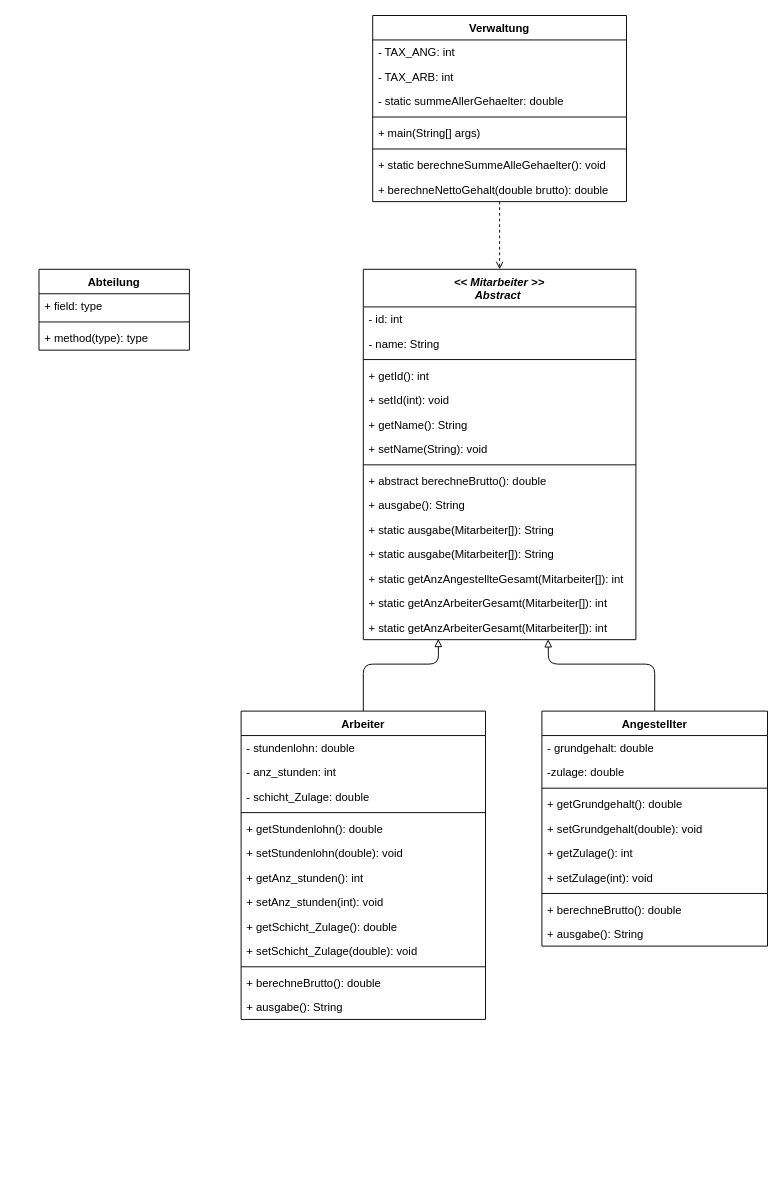
mbalabanov/ClassDiagramFirmaV3 keeps this draw.io diagram as FirmaV3_ClassDiagram.drawio. Above is the earlier version. Source tidied: cells renumbered, new cells numbered last; positions are measured from the earlier drawing's top-left corner, leaving out a move shared by most shapes. Both pictures are drawn from the tidied source at 94%, with x=0, y=0 at pixel (39, 15).
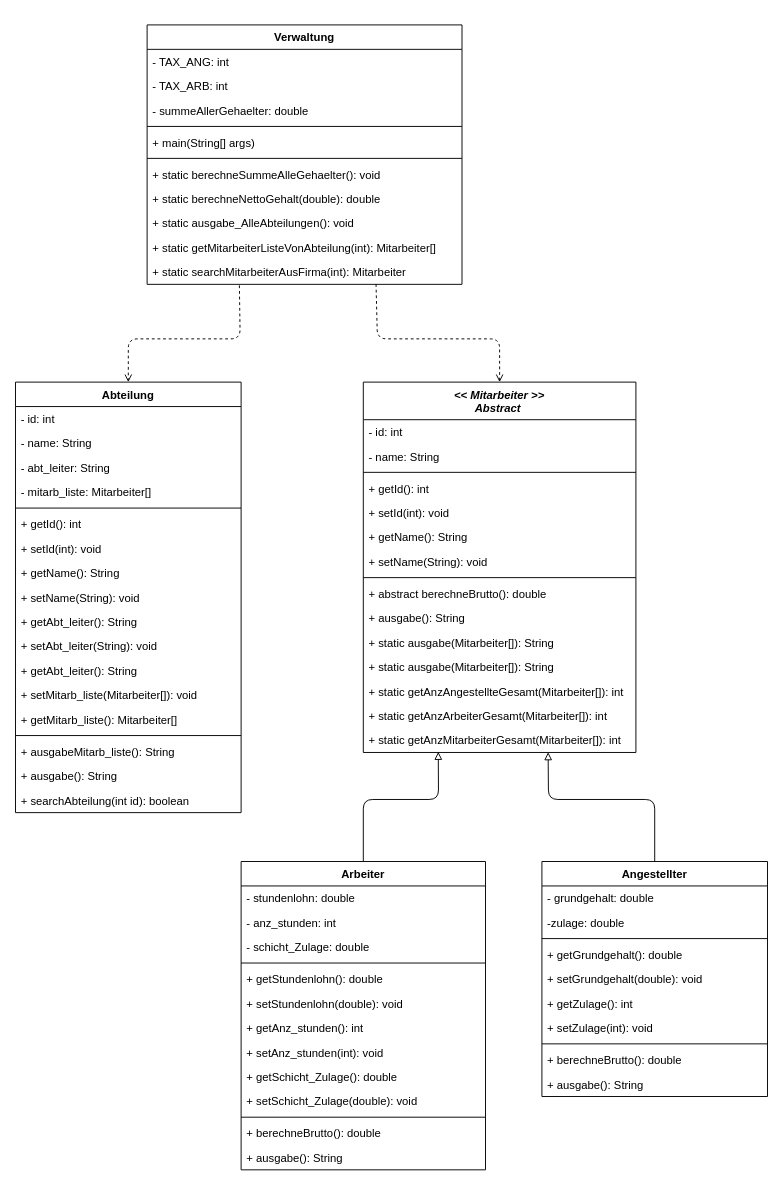
The same page after the edit.

Commit message (it also covers changes not shown here):
Corrects diagram and adds PNG export

What changed in the source:
```diff
@@
     <mxCell id="2" value="&lt;&lt; Mitarbeiter &gt;&gt;&#10;Abstract " style="swimlane;fontStyle=3;align=center;verticalAlign=top;horizontal=1;startSize=40;" parent="1" vertex="1">
-      <mxGeometry x="345" y="270" width="290" height="394" as="geometry" />
+      <mxGeometry x="345" y="390" width="290" height="394" as="geometry" />
     </mxCell>
@@
-    <mxCell id="17" value="+ static getAnzArbeiterGesamt(Mitarbeiter[]): int" style="text;strokeColor=none;fillColor=none;align=left;verticalAlign=top;spacingLeft=4;spacingRight=4;overflow=hidden;points=[[0,0.5],[1,0.5]];portConstraint=eastwest;" parent="2" vertex="1">
+    <mxCell id="17" value="+ static getAnzMitarbeiterGesamt(Mitarbeiter[]): int" style="text;strokeColor=none;fillColor=none;align=left;verticalAlign=top;spacingLeft=4;spacingRight=4;overflow=hidden;points=[[0,0.5],[1,0.5]];portConstraint=eastwest;" parent="2" vertex="1">
       <mxGeometry y="368" width="290" height="26" as="geometry" />
     </mxCell>
     <mxCell id="18" style="edgeStyle=none;html=1;entryX=0.275;entryY=0.973;entryDx=0;entryDy=0;entryPerimeter=0;endArrow=block;endFill=0;" parent="1" edge="1" source="19" target="17">
       <mxGeometry relative="1" as="geometry">
         <Array as="points">
-          <mxPoint x="345" y="690" />
-          <mxPoint x="425" y="690" />
+          <mxPoint x="345" y="834" />
+          <mxPoint x="425" y="834" />
         </Array>
       </mxGeometry>
     </mxCell>
     <mxCell id="19" value="Arbeiter" style="swimlane;fontStyle=1;align=center;verticalAlign=top;horizontal=1;startSize=26;" parent="1" vertex="1">
-      <mxGeometry x="215" y="740" width="260" height="328" as="geometry" />
+      <mxGeometry x="215" y="900" width="260" height="328" as="geometry" />
     </mxCell>
@@
     <mxCell id="33" style="edgeStyle=none;html=1;entryX=0.678;entryY=0.989;entryDx=0;entryDy=0;entryPerimeter=0;endArrow=block;endFill=0;" parent="1" edge="1" source="34" target="17">
       <mxGeometry relative="1" as="geometry">
         <Array as="points">
-          <mxPoint x="655" y="690" />
-          <mxPoint x="542" y="690" />
+          <mxPoint x="655" y="834" />
+          <mxPoint x="542" y="834" />
         </Array>
       </mxGeometry>
     </mxCell>
     <mxCell id="34" value="Angestellter" style="swimlane;fontStyle=1;align=center;verticalAlign=top;horizontal=1;startSize=26;" parent="1" vertex="1">
-      <mxGeometry x="535" y="740" width="240" height="250" as="geometry" />
+      <mxGeometry x="535" y="900" width="240" height="250" as="geometry" />
     </mxCell>
@@
-    <mxCell id="45" style="edgeStyle=none;html=1;entryX=0.5;entryY=0;entryDx=0;entryDy=0;endArrow=open;endFill=0;dashed=1;" parent="1" edge="1" source="46" target="2">
-      <mxGeometry relative="1" as="geometry" />
+    <mxCell id="45" style="edgeStyle=none;html=1;entryX=0.5;entryY=0;entryDx=0;entryDy=0;endArrow=open;endFill=0;dashed=1;exitX=0.727;exitY=0.99;exitDx=0;exitDy=0;exitPerimeter=0;" parent="1" edge="1" source="62" target="2">
+      <mxGeometry relative="1" as="geometry">
+        <Array as="points">
+          <mxPoint x="360" y="344" />
+          <mxPoint x="490" y="344" />
+        </Array>
+      </mxGeometry>
     </mxCell>
+    <mxCell id="59" style="edgeStyle=none;html=1;entryX=0.5;entryY=0;entryDx=0;entryDy=0;exitX=0.293;exitY=1.04;exitDx=0;exitDy=0;exitPerimeter=0;endArrow=open;endFill=0;dashed=1;" parent="1" edge="1" source="62" target="55">
+      <mxGeometry relative="1" as="geometry">
+        <Array as="points">
+          <mxPoint x="214" y="344" />
+          <mxPoint x="95" y="344" />
+        </Array>
+      </mxGeometry>
+    </mxCell>
     <mxCell id="46" value="Verwaltung" style="swimlane;fontStyle=1;align=center;verticalAlign=top;horizontal=1;startSize=26;" parent="1" vertex="1">
-      <mxGeometry x="355" width="270" height="198" as="geometry" />
+      <mxGeometry x="115" y="10" width="335" height="276" as="geometry" />
     </mxCell>
     <mxCell id="47" value="- TAX_ANG: int" style="text;strokeColor=none;fillColor=none;align=left;verticalAlign=top;spacingLeft=4;spacingRight=4;overflow=hidden;" parent="46" vertex="1">
-      <mxGeometry y="26" width="270" height="26" as="geometry" />
+      <mxGeometry y="26" width="335" height="26" as="geometry" />
     </mxCell>
     <mxCell id="48" value="- TAX_ARB: int" style="text;strokeColor=none;fillColor=none;align=left;verticalAlign=top;spacingLeft=4;spacingRight=4;overflow=hidden;" parent="46" vertex="1">
-      <mxGeometry y="52" width="270" height="26" as="geometry" />
+      <mxGeometry y="52" width="335" height="26" as="geometry" />
     </mxCell>
-    <mxCell id="49" value="- static summeAllerGehaelter: double" style="text;strokeColor=none;fillColor=none;align=left;verticalAlign=top;spacingLeft=4;spacingRight=4;overflow=hidden;" parent="46" vertex="1">
-      <mxGeometry y="78" width="270" height="26" as="geometry" />
+    <mxCell id="49" value="- summeAllerGehaelter: double" style="text;strokeColor=none;fillColor=none;align=left;verticalAlign=top;spacingLeft=4;spacingRight=4;overflow=hidden;" parent="46" vertex="1">
+      <mxGeometry y="78" width="335" height="26" as="geometry" />
     </mxCell>
     <mxCell id="50" style="line;strokeWidth=1;fillColor=none;align=left;verticalAlign=middle;spacingTop=-1;spacingLeft=3;spacingRight=3;labelPosition=right;strokeColor=inherit;" parent="46" vertex="1">
-      <mxGeometry y="104" width="270" height="8" as="geometry" />
+      <mxGeometry y="104" width="335" height="8" as="geometry" />
     </mxCell>
     <mxCell id="51" value="+ main(String[] args)" style="text;strokeColor=none;fillColor=none;align=left;verticalAlign=top;spacingLeft=4;spacingRight=4;overflow=hidden;" parent="46" vertex="1">
-      <mxGeometry y="112" width="270" height="26" as="geometry" />
+      <mxGeometry y="112" width="335" height="26" as="geometry" />
     </mxCell>
     <mxCell id="52" style="line;strokeWidth=1;fillColor=none;align=left;verticalAlign=middle;spacingTop=-1;spacingLeft=3;spacingRight=3;labelPosition=right;strokeColor=inherit;" parent="46" vertex="1">
-      <mxGeometry y="138" width="270" height="8" as="geometry" />
+      <mxGeometry y="138" width="335" height="8" as="geometry" />
     </mxCell>
     <mxCell id="53" value="+ static berechneSummeAlleGehaelter(): void" style="text;strokeColor=none;fillColor=none;align=left;verticalAlign=top;spacingLeft=4;spacingRight=4;overflow=hidden;" parent="46" vertex="1">
-      <mxGeometry y="146" width="270" height="26" as="geometry" />
+      <mxGeometry y="146" width="335" height="26" as="geometry" />
     </mxCell>
-    <mxCell id="54" value="+ berechneNettoGehalt(double brutto): double" style="text;strokeColor=none;fillColor=none;align=left;verticalAlign=top;spacingLeft=4;spacingRight=4;overflow=hidden;" parent="46" vertex="1">
-      <mxGeometry y="172" width="270" height="26" as="geometry" />
+    <mxCell id="54" value="+ static berechneNettoGehalt(double): double" style="text;strokeColor=none;fillColor=none;align=left;verticalAlign=top;spacingLeft=4;spacingRight=4;overflow=hidden;" parent="46" vertex="1">
+      <mxGeometry y="172" width="335" height="26" as="geometry" />
     </mxCell>
+    <mxCell id="60" value="+ static ausgabe_AlleAbteilungen(): void" style="text;strokeColor=none;fillColor=none;align=left;verticalAlign=top;spacingLeft=4;spacingRight=4;overflow=hidden;" parent="46" vertex="1">
+      <mxGeometry y="198" width="335" height="26" as="geometry" />
+    </mxCell>
+    <mxCell id="61" value="+ static getMitarbeiterListeVonAbteilung(int): Mitarbeiter[]" style="text;strokeColor=none;fillColor=none;align=left;verticalAlign=top;spacingLeft=4;spacingRight=4;overflow=hidden;" parent="46" vertex="1">
+      <mxGeometry y="224" width="335" height="26" as="geometry" />
+    </mxCell>
+    <mxCell id="62" value="+ static searchMitarbeiterAusFirma(int): Mitarbeiter" style="text;strokeColor=none;fillColor=none;align=left;verticalAlign=top;spacingLeft=4;spacingRight=4;overflow=hidden;points=[[0,0.5],[1,0.5]];portConstraint=eastwest;" parent="46" vertex="1">
+      <mxGeometry y="250" width="335" height="26" as="geometry" />
+    </mxCell>
     <mxCell id="55" value="Abteilung" style="swimlane;fontStyle=1;align=center;verticalAlign=top;horizontal=1;startSize=26;" parent="1" vertex="1">
-      <mxGeometry y="270" width="160" height="86" as="geometry" />
+      <mxGeometry x="-25" y="390" width="240" height="458" as="geometry" />
     </mxCell>
-    <mxCell id="56" value="+ field: type" style="text;strokeColor=none;fillColor=none;align=left;verticalAlign=top;spacingLeft=4;spacingRight=4;overflow=hidden;" parent="55" vertex="1">
-      <mxGeometry y="26" width="160" height="26" as="geometry" />
+    <mxCell id="56" value="- id: int" style="text;strokeColor=none;fillColor=none;align=left;verticalAlign=top;spacingLeft=4;spacingRight=4;overflow=hidden;" parent="55" vertex="1">
+      <mxGeometry y="26" width="240" height="26" as="geometry" />
     </mxCell>
+    <mxCell id="63" value="- name: String" style="text;strokeColor=none;fillColor=none;align=left;verticalAlign=top;spacingLeft=4;spacingRight=4;overflow=hidden;" parent="55" vertex="1">
+      <mxGeometry y="52" width="240" height="26" as="geometry" />
+    </mxCell>
+    <mxCell id="64" value="- abt_leiter: String" style="text;strokeColor=none;fillColor=none;align=left;verticalAlign=top;spacingLeft=4;spacingRight=4;overflow=hidden;" parent="55" vertex="1">
+      <mxGeometry y="78" width="240" height="26" as="geometry" />
+    </mxCell>
+    <mxCell id="65" value="- mitarb_liste: Mitarbeiter[]" style="text;strokeColor=none;fillColor=none;align=left;verticalAlign=top;spacingLeft=4;spacingRight=4;overflow=hidden;" parent="55" vertex="1">
+      <mxGeometry y="104" width="240" height="26" as="geometry" />
+    </mxCell>
     <mxCell id="57" style="line;strokeWidth=1;fillColor=none;align=left;verticalAlign=middle;spacingTop=-1;spacingLeft=3;spacingRight=3;labelPosition=right;strokeColor=inherit;" parent="55" vertex="1">
-      <mxGeometry y="52" width="160" height="8" as="geometry" />
+      <mxGeometry y="130" width="240" height="8" as="geometry" />
     </mxCell>
-    <mxCell id="58" value="+ method(type): type" style="text;strokeColor=none;fillColor=none;align=left;verticalAlign=top;spacingLeft=4;spacingRight=4;overflow=hidden;" parent="55" vertex="1">
-      <mxGeometry y="60" width="160" height="26" as="geometry" />
+    <mxCell id="58" value="+ getId(): int" style="text;strokeColor=none;fillColor=none;align=left;verticalAlign=top;spacingLeft=4;spacingRight=4;overflow=hidden;" parent="55" vertex="1">
+      <mxGeometry y="138" width="240" height="26" as="geometry" />
     </mxCell>
+    <mxCell id="66" value="+ setId(int): void" style="text;strokeColor=none;fillColor=none;align=left;verticalAlign=top;spacingLeft=4;spacingRight=4;overflow=hidden;" parent="55" vertex="1">
+      <mxGeometry y="164" width="240" height="26" as="geometry" />
+    </mxCell>
+    <mxCell id="67" value="+ getName(): String" style="text;strokeColor=none;fillColor=none;align=left;verticalAlign=top;spacingLeft=4;spacingRight=4;overflow=hidden;" parent="55" vertex="1">
+      <mxGeometry y="190" width="240" height="26" as="geometry" />
+    </mxCell>
+    <mxCell id="68" value="+ setName(String): void" style="text;strokeColor=none;fillColor=none;align=left;verticalAlign=top;spacingLeft=4;spacingRight=4;overflow=hidden;" parent="55" vertex="1">
+      <mxGeometry y="216" width="240" height="26" as="geometry" />
+    </mxCell>
+    <mxCell id="69" value="+ getAbt_leiter(): String" style="text;strokeColor=none;fillColor=none;align=left;verticalAlign=top;spacingLeft=4;spacingRight=4;overflow=hidden;" parent="55" vertex="1">
+      <mxGeometry y="242" width="240" height="26" as="geometry" />
+    </mxCell>
+    <mxCell id="70" value="+ setAbt_leiter(String): void" style="text;strokeColor=none;fillColor=none;align=left;verticalAlign=top;spacingLeft=4;spacingRight=4;overflow=hidden;" parent="55" vertex="1">
+      <mxGeometry y="268" width="240" height="26" as="geometry" />
+    </mxCell>
+    <mxCell id="71" value="+ getAbt_leiter(): String" style="text;strokeColor=none;fillColor=none;align=left;verticalAlign=top;spacingLeft=4;spacingRight=4;overflow=hidden;" parent="55" vertex="1">
+      <mxGeometry y="294" width="240" height="26" as="geometry" />
+    </mxCell>
+    <mxCell id="72" value="+ setMitarb_liste(Mitarbeiter[]): void" style="text;strokeColor=none;fillColor=none;align=left;verticalAlign=top;spacingLeft=4;spacingRight=4;overflow=hidden;" parent="55" vertex="1">
+      <mxGeometry y="320" width="240" height="26" as="geometry" />
+    </mxCell>
+    <mxCell id="73" value="+ getMitarb_liste(): Mitarbeiter[]" style="text;strokeColor=none;fillColor=none;align=left;verticalAlign=top;spacingLeft=4;spacingRight=4;overflow=hidden;" parent="55" vertex="1">
+      <mxGeometry y="346" width="240" height="26" as="geometry" />
+    </mxCell>
+    <mxCell id="74" style="line;strokeWidth=1;fillColor=none;align=left;verticalAlign=middle;spacingTop=-1;spacingLeft=3;spacingRight=3;labelPosition=right;strokeColor=inherit;" parent="55" vertex="1">
+      <mxGeometry y="372" width="240" height="8" as="geometry" />
+    </mxCell>
+    <mxCell id="75" value="+ ausgabeMitarb_liste(): String" style="text;strokeColor=none;fillColor=none;align=left;verticalAlign=top;spacingLeft=4;spacingRight=4;overflow=hidden;" parent="55" vertex="1">
+      <mxGeometry y="380" width="240" height="26" as="geometry" />
+    </mxCell>
+    <mxCell id="76" value="+ ausgabe(): String" style="text;strokeColor=none;fillColor=none;align=left;verticalAlign=top;spacingLeft=4;spacingRight=4;overflow=hidden;" parent="55" vertex="1">
+      <mxGeometry y="406" width="240" height="26" as="geometry" />
+    </mxCell>
+    <mxCell id="77" value="+ searchAbteilung(int id): boolean" style="text;strokeColor=none;fillColor=none;align=left;verticalAlign=top;spacingLeft=4;spacingRight=4;overflow=hidden;" parent="55" vertex="1">
+      <mxGeometry y="432" width="240" height="26" as="geometry" />
+    </mxCell>
```
